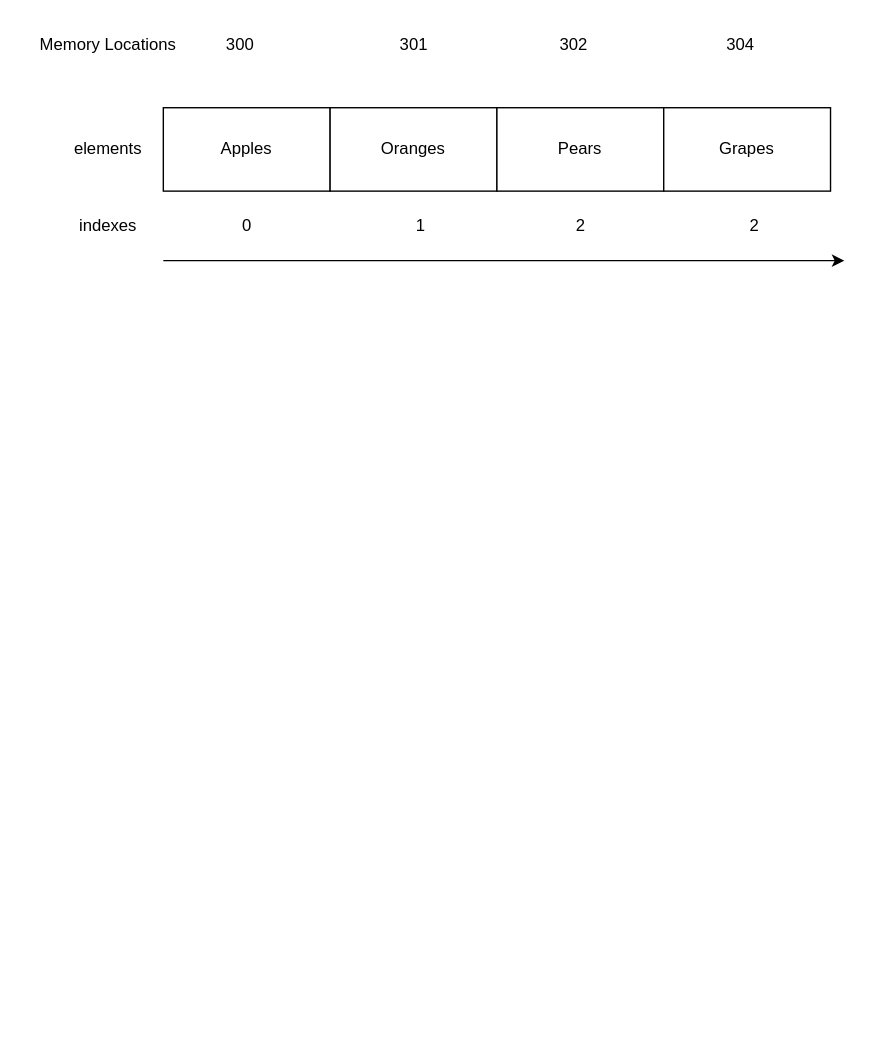
Before: Arrays.drawio in Udyatbhanu/KotlinCrashCourse, a draw.io diagram. Source tidied: cells renumbered, new cells numbered last; positions are measured from the earlier drawing's top-left corner, leaving out a move shared by most shapes. Both pictures are drawn from the tidied source at 139%, with x=0, y=0 at pixel (24, 24).
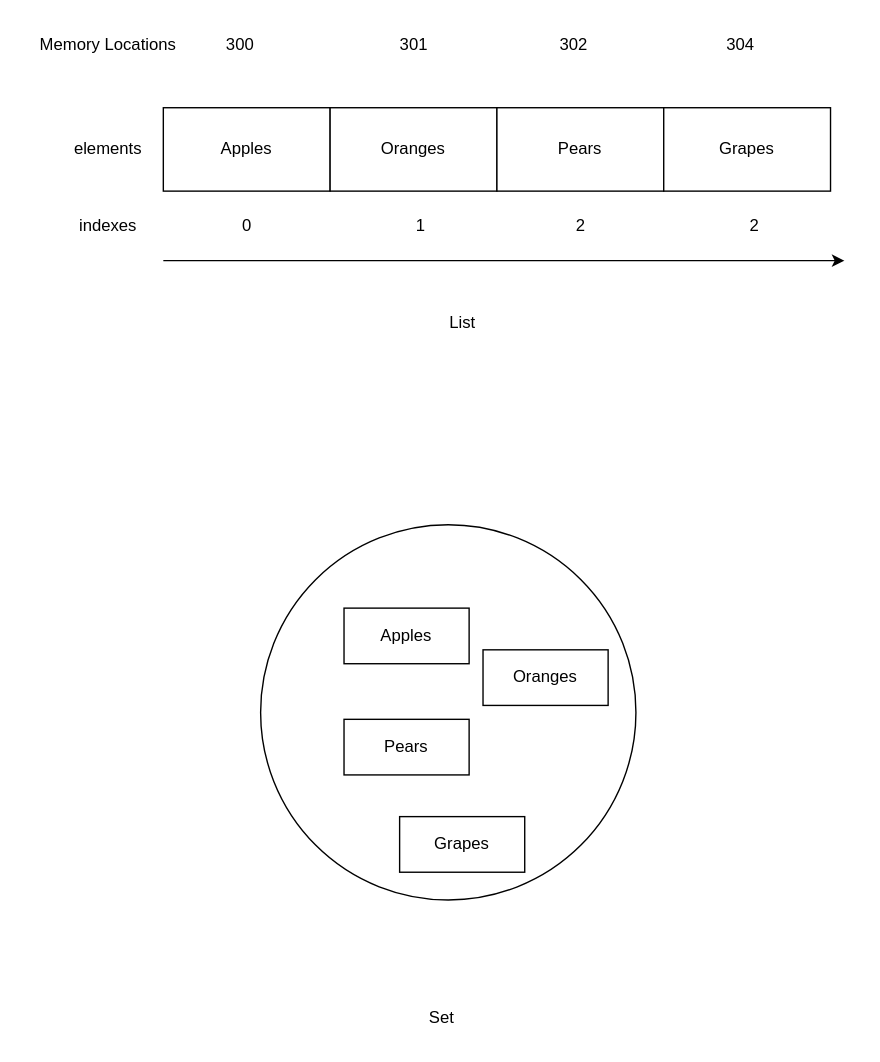
The same page after the edit.

What changed in the source:
```diff
@@
+    <mxCell id="18" style="ellipse;whiteSpace=wrap;html=1;" parent="1" vertex="1">
+      <mxGeometry x="170" y="360" width="270" height="270" as="geometry" />
+    </mxCell>
+    <mxCell id="19" value="Apples" style="rounded=0;whiteSpace=wrap;html=1;" parent="1" vertex="1">
+      <mxGeometry x="230" y="420" width="90" height="40" as="geometry" />
+    </mxCell>
+    <mxCell id="20" value="Pears" style="rounded=0;whiteSpace=wrap;html=1;" parent="1" vertex="1">
+      <mxGeometry x="230" y="500" width="90" height="40" as="geometry" />
+    </mxCell>
+    <mxCell id="21" value="Oranges" style="rounded=0;whiteSpace=wrap;html=1;" parent="1" vertex="1">
+      <mxGeometry x="330" y="450" width="90" height="40" as="geometry" />
+    </mxCell>
+    <mxCell id="22" value="Grapes" style="rounded=0;whiteSpace=wrap;html=1;" parent="1" vertex="1">
+      <mxGeometry x="270" y="570" width="90" height="40" as="geometry" />
+    </mxCell>
+    <mxCell id="23" value="Set" style="text;html=1;align=center;verticalAlign=middle;strokeColor=none;fillColor=none;" parent="1" vertex="1">
+      <mxGeometry x="280" y="700" width="40" height="30" as="geometry" />
+    </mxCell>
+    <mxCell id="24" value="List" style="text;html=1;align=center;verticalAlign=middle;strokeColor=none;fillColor=none;" parent="1" vertex="1">
+      <mxGeometry x="295" y="200" width="40" height="30" as="geometry" />
+    </mxCell>
```
